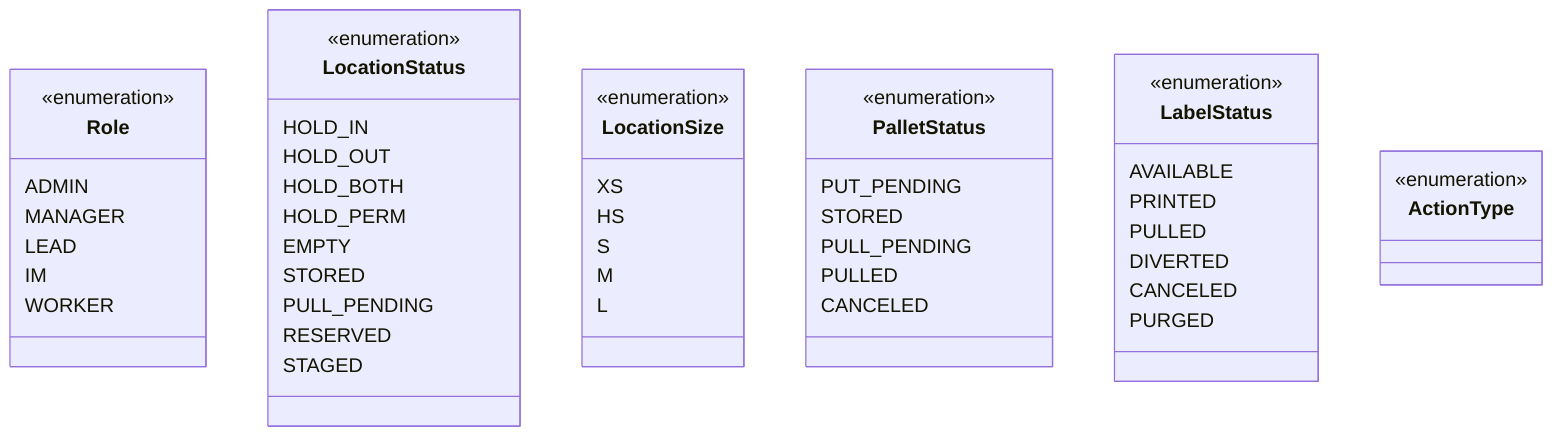
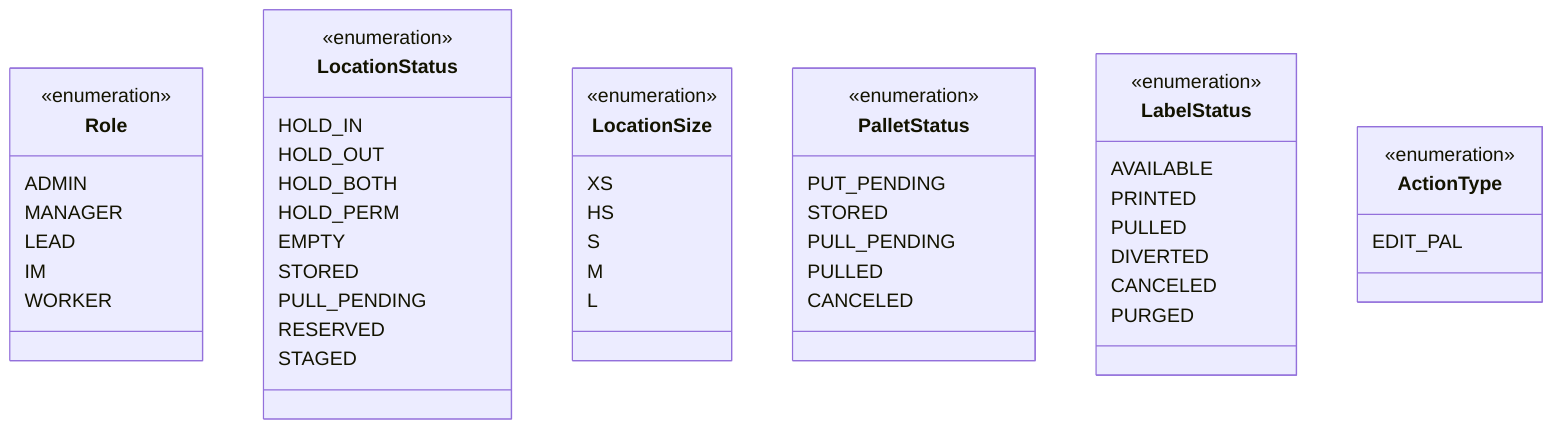
classDiagram

    %% ============================================================
    %% All enums for the warehouse management system
    %% NOTE: ActionType is intentionally empty — define and expand
    %% as features are built throughout the app.
    %% PalletStatus is open — expand as needed.
    %% ============================================================

    class Role {
        <<enumeration>>
        ADMIN
        MANAGER
        LEAD
        IM
        WORKER
    }

    class LocationStatus {
        <<enumeration>>
        HOLD_IN
        HOLD_OUT
        HOLD_BOTH
        HOLD_PERM
        EMPTY
        STORED
        PULL_PENDING
        RESERVED
        STAGED
    }

    class LocationSize {
        <<enumeration>>
        XS
        HS
        S
        M
        L
    }

    class PalletStatus {
        <<enumeration>>
        PUT_PENDING
        STORED
        PULL_PENDING
        PULLED
        CANCELED
        %% Open — expand as app is built
    }

    class LabelStatus {
        <<enumeration>>
        AVAILABLE
        PRINTED
        PULLED
        DIVERTED
        CANCELED
        PURGED
        %% May expand as app is built
    }

    class ActionType {
        <<enumeration>>
-         %% TBD — define and expand as features are built
+         EDIT_PAL
+         %% Expand as features are built — max 10 chars (NVarChar(10))
    }
